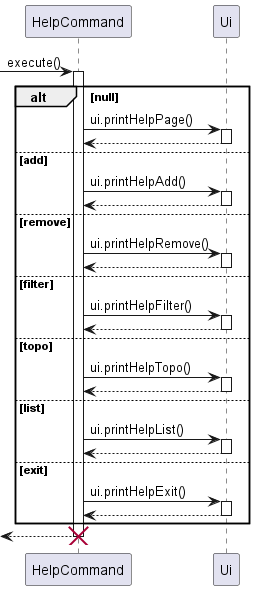
The PlantUML diagram docs/sequence-diagrams/diagrams/HelpFeature.png in ong-ck/tp, before a commit.
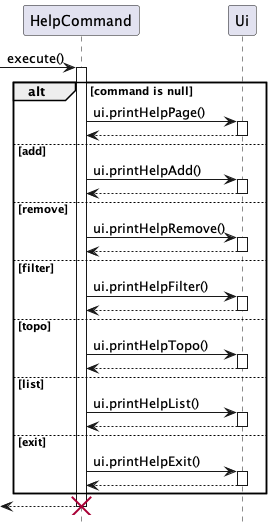
Later version of the same file.

Commit message:
Hide footbox for Ui and Help seq diagrams

The edit, as a diff of the source:
```diff
@@ -1,11 +1,12 @@
 @startuml
+hide footbox
 
 participant HelpCommand as hc
 participant Ui as ui
 
  -> hc : execute()
  activate hc
-    alt null
+    alt command is null
     hc -> ui : ui.printHelpPage()
     activate ui
     return
```
